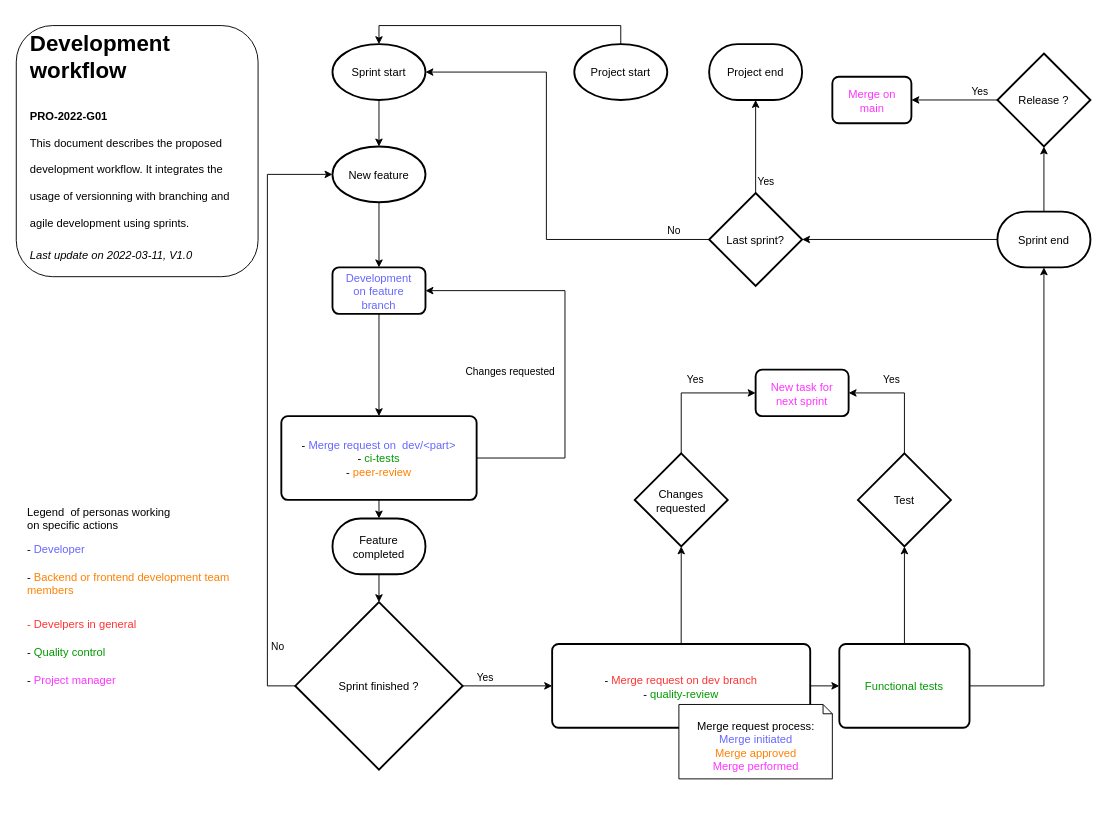
Earlier version of the draw.io diagram Documentation/process/dev_workflow.drawio (PRO2022-Heig/heigvd-pro-01). Source tidied: cells renumbered, new cells numbered last; positions are measured from the earlier drawing's top-left corner, leaving out a move shared by most shapes. Both pictures are drawn from the tidied source at 93%, with x=0, y=0 at pixel (16, 25).
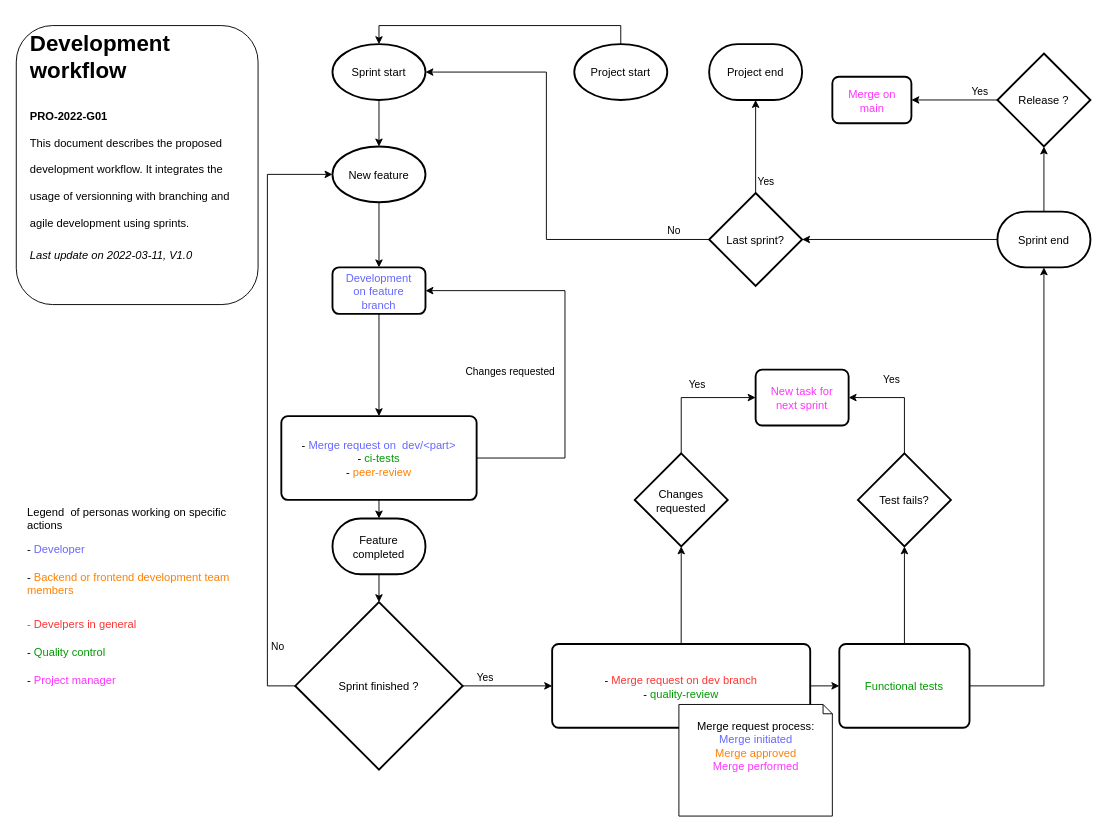
Above is the later version.

Commit message:
[DOCS] Change test decision node text

Diff of the diagram source:
```diff
@@
-    <mxCell id="27" value="Test" style="strokeWidth=2;html=1;shape=mxgraph.flowchart.decision;whiteSpace=wrap;spacingLeft=10;spacingBottom=-1;spacingRight=10;" parent="1" vertex="1">
+    <mxCell id="27" value="Test fails?" style="strokeWidth=2;html=1;shape=mxgraph.flowchart.decision;whiteSpace=wrap;spacingLeft=10;spacingBottom=-1;spacingRight=10;" parent="1" vertex="1">
       <mxGeometry x="905" y="460" width="100" height="100" as="geometry" />
     </mxCell>
@@
     <mxCell id="31" value="&lt;font color=&quot;#ff33ff&quot;&gt;New task for next sprint&lt;/font&gt;" style="rounded=1;whiteSpace=wrap;html=1;absoluteArcSize=1;arcSize=14;strokeWidth=2;spacingLeft=10;spacingBottom=-1;spacingRight=10;" parent="1" vertex="1">
-      <mxGeometry x="795" y="370" width="100" height="50" as="geometry" />
+      <mxGeometry x="795" y="370" width="100" height="60" as="geometry" />
     </mxCell>
@@
     <mxCell id="43" value="&lt;h1&gt;&lt;span&gt;Development workflow&lt;/span&gt;&lt;/h1&gt;&lt;h1&gt;&lt;span style=&quot;font-size: 12px&quot;&gt;PRO-2022-G01&lt;br&gt;&lt;span style=&quot;font-weight: normal&quot;&gt;This document describes the proposed development workflow. It integrates the usage of versionning with branching and agile development using sprints.&lt;/span&gt;&lt;/span&gt;&lt;/h1&gt;&lt;div&gt;&lt;span style=&quot;font-size: 12px ; font-weight: normal&quot;&gt;&lt;i&gt;Last update on 2022-03-11, V1.0&lt;/i&gt;&lt;/span&gt;&lt;/div&gt;" style="text;html=1;strokeColor=default;fillColor=none;spacing=5;spacingTop=-20;whiteSpace=wrap;overflow=hidden;rounded=1;spacingLeft=10;spacingBottom=-1;spacingRight=10;" parent="1" vertex="1">
-      <mxGeometry width="260" height="270" as="geometry" />
+      <mxGeometry width="260" height="300" as="geometry" />
     </mxCell>
     <mxCell id="44" value="Legend&amp;nbsp; of personas working on specific actions&lt;br&gt;" style="text;html=1;strokeColor=none;fillColor=none;align=left;verticalAlign=top;whiteSpace=wrap;rounded=0;" parent="1" vertex="1">
-      <mxGeometry x="10" y="510" width="160" height="40" as="geometry" />
+      <mxGeometry x="10" y="510" width="220" height="40" as="geometry" />
     </mxCell>
@@
     <mxCell id="48" value="Merge request process:&lt;br&gt;&lt;font color=&quot;#6666ff&quot;&gt;Merge initiated&lt;/font&gt;&lt;br&gt;&lt;font color=&quot;#ff8000&quot;&gt;Merge approved&lt;br&gt;&lt;/font&gt;&lt;font color=&quot;#ff33ff&quot;&gt;Merge performed&lt;/font&gt;" style="shape=note2;boundedLbl=1;whiteSpace=wrap;html=1;size=10;verticalAlign=top;align=center;rounded=1;strokeColor=default;" parent="1" vertex="1">
-      <mxGeometry x="712.5" y="730" width="165" height="80" as="geometry" />
+      <mxGeometry x="712.5" y="730" width="165" height="120" as="geometry" />
     </mxCell>
@@
     <mxCell id="50" value="- &lt;font&gt;Develpers in general&lt;/font&gt;" style="text;html=1;strokeColor=none;fillColor=none;align=left;verticalAlign=top;whiteSpace=wrap;rounded=0;fontColor=#FF3333;" parent="1" vertex="1">
-      <mxGeometry x="10" y="630" width="150" height="30" as="geometry" />
+      <mxGeometry x="10" y="630" width="180" height="30" as="geometry" />
     </mxCell>
```
